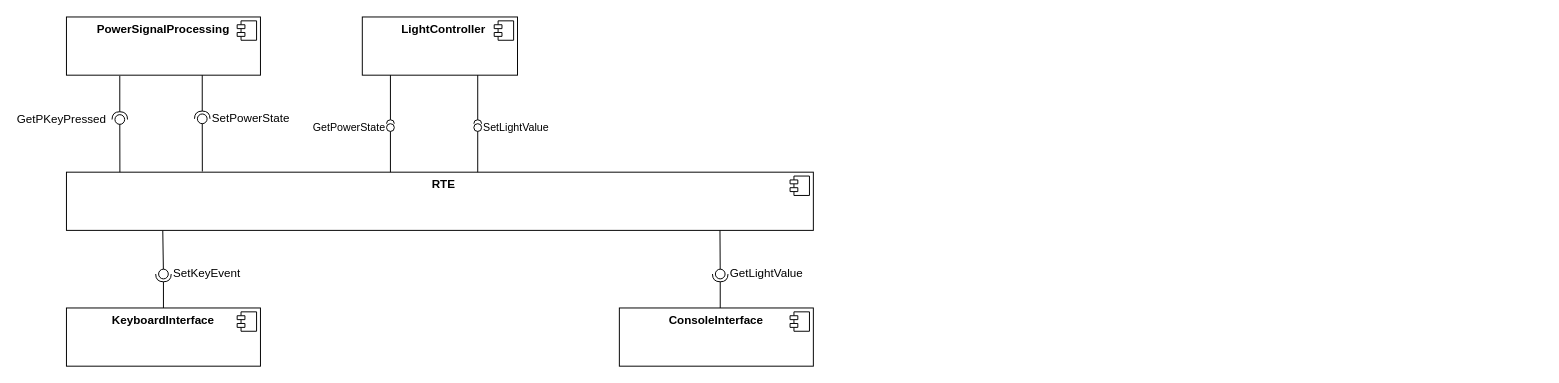
Before: page "SW Architecture" (2 of 2) of doc/common/sw_architecture/_figures/spled.drawio in avengineers/SPLed, a draw.io diagram. Source tidied: cells renumbered, new cells numbered last; positions are measured from the earlier drawing's top-left corner, leaving out a move shared by most shapes. Both pictures are drawn from the tidied source at 97%, with x=0, y=0 at pixel (66, 16).
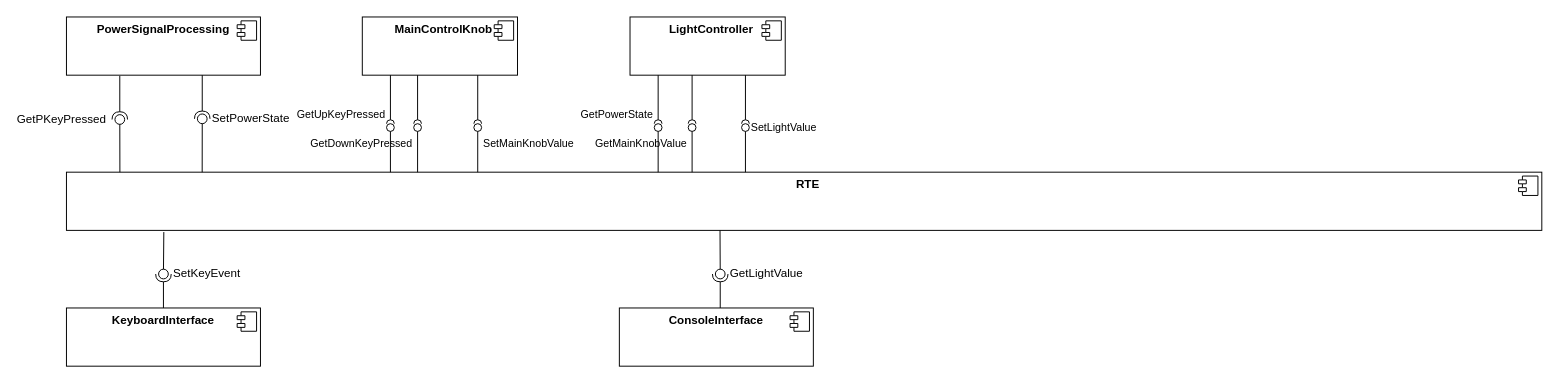
The same page after the edit.

Commit message (it also covers changes not shown here):
add main knob controller

Unchanged cells that the change refers to:
```xml
<mxCell id="20" value="&amp;nbsp;SetPowerState" style="ellipse;whiteSpace=wrap;html=1;align=left;fillColor=none;strokeColor=none;perimeter=centerPerimeter;points=[];outlineConnect=1;labelPosition=right;verticalLabelPosition=middle;verticalAlign=middle;" parent="1" vertex="1">
  <mxGeometry x="135" y="100" width="10" height="10" as="geometry" />
</mxCell>
<mxCell id="23" value="&amp;nbsp;SetKeyEvent" style="ellipse;whiteSpace=wrap;html=1;align=left;fillColor=none;strokeColor=none;perimeter=centerPerimeter;points=[];outlineConnect=1;labelPosition=right;verticalLabelPosition=middle;verticalAlign=middle;" parent="1" vertex="1">
  <mxGeometry x="95" y="260" width="10" height="10" as="geometry" />
</mxCell>
<mxCell id="26" value="&amp;nbsp;GetLightValue" style="ellipse;whiteSpace=wrap;html=1;align=left;fillColor=none;strokeColor=none;perimeter=centerPerimeter;points=[];outlineConnect=1;labelPosition=right;verticalLabelPosition=middle;verticalAlign=middle;" parent="1" vertex="1">
  <mxGeometry x="669" y="260" width="10" height="10" as="geometry" />
</mxCell>
```

The edit, as a diff of the source:
```diff
@@
     <mxCell id="4" value="&lt;p style=&quot;margin: 6px 0px 0px;&quot;&gt;&lt;/p&gt;&lt;p style=&quot;margin:0px;margin-left:8px;&quot;&gt;&lt;b&gt;LightController&lt;/b&gt;&lt;/p&gt;" style="align=center;overflow=fill;html=1;whiteSpace=wrap;" parent="1" vertex="1">
-      <mxGeometry x="305" width="160" height="60" as="geometry" />
+      <mxGeometry x="581" width="160" height="60" as="geometry" />
     </mxCell>
@@
     <mxCell id="6" value="&lt;p style=&quot;margin: 6px 0px 0px;&quot;&gt;&lt;/p&gt;&lt;p style=&quot;margin:0px;margin-left:8px;&quot;&gt;&lt;b&gt;RTE&lt;/b&gt;&lt;/p&gt;" style="align=center;overflow=fill;html=1;whiteSpace=wrap;" parent="1" vertex="1">
-      <mxGeometry y="160" width="770" height="60" as="geometry" />
+      <mxGeometry y="160" width="1521" height="60" as="geometry" />
     </mxCell>
@@
     <mxCell id="8" style="endArrow=none;html=1;rounded=0;align=center;verticalAlign=top;endFill=0;labelBackgroundColor=none;endSize=2;exitX=0.13;exitY=-0.002;exitDx=0;exitDy=0;exitPerimeter=0;" parent="1" edge="1" target="9">
       <mxGeometry relative="1" as="geometry">
-        <mxPoint x="334" y="160" as="sourcePoint" />
+        <mxPoint x="610" y="160" as="sourcePoint" />
       </mxGeometry>
     </mxCell>
-    <mxCell id="9" value="GetPowerState" style="ellipse;html=1;fontSize=11;align=right;fillColor=none;points=[];verticalAlign=middle;labelPosition=left;verticalLabelPosition=middle;flipH=1;" parent="1" vertex="1">
-      <mxGeometry x="330" y="110" width="8" height="8" as="geometry" />
+    <mxCell id="9" value="GetPowerState" style="ellipse;html=1;fontSize=11;align=right;fillColor=none;points=[];verticalAlign=bottom;labelPosition=left;verticalLabelPosition=top;flipH=1;" parent="1" vertex="1">
+      <mxGeometry x="606" y="110" width="8" height="8" as="geometry" />
     </mxCell>
     <mxCell id="10" style="html=1;verticalAlign=bottom;labelBackgroundColor=none;startArrow=halfCircle;startFill=0;startSize=2;endArrow=none;rounded=0;entryX=0.5;entryY=1;entryDx=0;entryDy=0;" parent="1" edge="1">
       <mxGeometry x="-1" y="3" relative="1" as="geometry">
-        <mxPoint x="334" y="110" as="sourcePoint" />
-        <mxPoint x="334" y="60" as="targetPoint" />
+        <mxPoint x="610" y="110" as="sourcePoint" />
+        <mxPoint x="610" y="60" as="targetPoint" />
       </mxGeometry>
     </mxCell>
     <mxCell id="11" style="endArrow=none;html=1;rounded=0;align=center;verticalAlign=top;endFill=0;labelBackgroundColor=none;endSize=2;exitX=0.13;exitY=-0.002;exitDx=0;exitDy=0;exitPerimeter=0;" parent="1" edge="1" target="12">
       <mxGeometry relative="1" as="geometry">
-        <mxPoint x="424" y="160" as="sourcePoint" />
+        <mxPoint x="700" y="160" as="sourcePoint" />
       </mxGeometry>
     </mxCell>
     <mxCell id="12" value="SetLightValue" style="ellipse;html=1;fontSize=11;align=left;fillColor=none;points=[];verticalAlign=middle;labelPosition=right;verticalLabelPosition=middle;flipH=1;" parent="1" vertex="1">
-      <mxGeometry x="420" y="110" width="8" height="8" as="geometry" />
+      <mxGeometry x="696" y="110" width="8" height="8" as="geometry" />
     </mxCell>
     <mxCell id="13" style="html=1;verticalAlign=bottom;labelBackgroundColor=none;startArrow=halfCircle;startFill=0;startSize=2;endArrow=none;rounded=0;entryX=0.5;entryY=1;entryDx=0;entryDy=0;" parent="1" edge="1">
       <mxGeometry x="-1" y="3" relative="1" as="geometry">
-        <mxPoint x="424" y="110" as="sourcePoint" />
-        <mxPoint x="424" y="60" as="targetPoint" />
+        <mxPoint x="700" y="110" as="sourcePoint" />
+        <mxPoint x="700" y="60" as="targetPoint" />
       </mxGeometry>
     </mxCell>
@@
-    <mxCell id="19" style="rounded=0;jettySize=auto;html=1;endArrow=oval;endFill=0;sketch=0;sourcePerimeterSpacing=0;targetPerimeterSpacing=0;endSize=10;exitX=0.065;exitY=-0.011;exitDx=0;exitDy=0;exitPerimeter=0;" parent="1" edge="1" target="20">
-      <mxGeometry relative="1" as="geometry">
-        <mxPoint x="140.1" y="159.3" as="sourcePoint" />
-      </mxGeometry>
+    <mxCell id="19" style="rounded=0;jettySize=auto;html=1;endArrow=oval;endFill=0;sketch=0;sourcePerimeterSpacing=0;targetPerimeterSpacing=0;endSize=10;exitX=0.092;exitY=0;exitDx=0;exitDy=0;exitPerimeter=0;" parent="1" edge="1" source="6" target="20">
+      <mxGeometry relative="1" as="geometry" />
     </mxCell>
@@
-    <mxCell id="22" style="rounded=0;jettySize=auto;html=1;endArrow=oval;endFill=0;sketch=0;sourcePerimeterSpacing=0;targetPerimeterSpacing=0;endSize=10;exitX=0.129;exitY=1.006;exitDx=0;exitDy=0;exitPerimeter=0;" parent="1" edge="1" source="6" target="23">
+    <mxCell id="22" style="rounded=0;jettySize=auto;html=1;endArrow=oval;endFill=0;sketch=0;sourcePerimeterSpacing=0;targetPerimeterSpacing=0;endSize=10;exitX=0.066;exitY=1.029;exitDx=0;exitDy=0;exitPerimeter=0;" parent="1" edge="1" source="6" target="23">
       <mxGeometry relative="1" as="geometry" />
     </mxCell>
@@
-    <mxCell id="25" style="rounded=0;jettySize=auto;html=1;endArrow=oval;endFill=0;sketch=0;sourcePerimeterSpacing=0;targetPerimeterSpacing=0;endSize=10;exitX=0.875;exitY=1.002;exitDx=0;exitDy=0;exitPerimeter=0;" parent="1" edge="1" source="6" target="26">
+    <mxCell id="25" style="rounded=0;jettySize=auto;html=1;endArrow=oval;endFill=0;sketch=0;sourcePerimeterSpacing=0;targetPerimeterSpacing=0;endSize=10;exitX=0.443;exitY=1;exitDx=0;exitDy=0;exitPerimeter=0;" parent="1" edge="1" source="6" target="26">
       <mxGeometry relative="1" as="geometry" />
     </mxCell>
@@
+    <mxCell id="30" value="&lt;p style=&quot;margin: 6px 0px 0px;&quot;&gt;&lt;/p&gt;&lt;p style=&quot;margin:0px;margin-left:8px;&quot;&gt;&lt;b&gt;MainControlKnob&lt;/b&gt;&lt;/p&gt;" style="align=center;overflow=fill;html=1;whiteSpace=wrap;" parent="1" vertex="1">
+      <mxGeometry x="305" width="160" height="60" as="geometry" />
+    </mxCell>
+    <mxCell id="31" style="shape=component;jettyWidth=8;jettyHeight=4;" parent="30" vertex="1">
+      <mxGeometry x="1" width="20" height="20" relative="1" as="geometry">
+        <mxPoint x="-24" y="4" as="offset" />
+      </mxGeometry>
+    </mxCell>
+    <mxCell id="32" style="endArrow=none;html=1;rounded=0;align=center;verticalAlign=top;endFill=0;labelBackgroundColor=none;endSize=2;exitX=0.13;exitY=-0.002;exitDx=0;exitDy=0;exitPerimeter=0;" parent="1" edge="1" target="33">
+      <mxGeometry relative="1" as="geometry">
+        <mxPoint x="334" y="160" as="sourcePoint" />
+      </mxGeometry>
+    </mxCell>
+    <mxCell id="33" value="GetUpKeyPressed" style="ellipse;html=1;fontSize=11;align=right;fillColor=none;points=[];verticalAlign=bottom;labelPosition=left;verticalLabelPosition=top;flipH=1;" parent="1" vertex="1">
+      <mxGeometry x="330" y="110" width="8" height="8" as="geometry" />
+    </mxCell>
+    <mxCell id="34" style="html=1;verticalAlign=bottom;labelBackgroundColor=none;startArrow=halfCircle;startFill=0;startSize=2;endArrow=none;rounded=0;entryX=0.5;entryY=1;entryDx=0;entryDy=0;" parent="1" edge="1">
+      <mxGeometry x="-1" y="3" relative="1" as="geometry">
+        <mxPoint x="334" y="110" as="sourcePoint" />
+        <mxPoint x="334" y="60" as="targetPoint" />
+      </mxGeometry>
+    </mxCell>
+    <mxCell id="35" style="endArrow=none;html=1;rounded=0;align=center;verticalAlign=top;endFill=0;labelBackgroundColor=none;endSize=2;exitX=0.13;exitY=-0.002;exitDx=0;exitDy=0;exitPerimeter=0;" parent="1" edge="1" target="36">
+      <mxGeometry relative="1" as="geometry">
+        <mxPoint x="424" y="160" as="sourcePoint" />
+      </mxGeometry>
+    </mxCell>
+    <mxCell id="36" value="SetMainKnobValue" style="ellipse;html=1;fontSize=11;align=left;fillColor=none;points=[];verticalAlign=top;labelPosition=right;verticalLabelPosition=bottom;flipH=1;" parent="1" vertex="1">
+      <mxGeometry x="420" y="110" width="8" height="8" as="geometry" />
+    </mxCell>
+    <mxCell id="37" style="html=1;verticalAlign=bottom;labelBackgroundColor=none;startArrow=halfCircle;startFill=0;startSize=2;endArrow=none;rounded=0;entryX=0.5;entryY=1;entryDx=0;entryDy=0;" parent="1" edge="1">
+      <mxGeometry x="-1" y="3" relative="1" as="geometry">
+        <mxPoint x="424" y="110" as="sourcePoint" />
+        <mxPoint x="424" y="60" as="targetPoint" />
+      </mxGeometry>
+    </mxCell>
+    <mxCell id="38" style="endArrow=none;html=1;rounded=0;align=right;verticalAlign=top;endFill=0;labelBackgroundColor=none;endSize=2;exitX=0.13;exitY=-0.002;exitDx=0;exitDy=0;exitPerimeter=0;labelPosition=left;verticalLabelPosition=bottom;" parent="1" edge="1" target="39">
+      <mxGeometry relative="1" as="geometry">
+        <mxPoint x="362" y="160" as="sourcePoint" />
+      </mxGeometry>
+    </mxCell>
+    <mxCell id="39" value="GetDownKeyPressed" style="ellipse;html=1;fontSize=11;align=right;fillColor=none;points=[];verticalAlign=top;labelPosition=left;verticalLabelPosition=bottom;flipH=1;" parent="1" vertex="1">
+      <mxGeometry x="358" y="110" width="8" height="8" as="geometry" />
+    </mxCell>
+    <mxCell id="40" style="html=1;verticalAlign=bottom;labelBackgroundColor=none;startArrow=halfCircle;startFill=0;startSize=2;endArrow=none;rounded=0;entryX=0.5;entryY=1;entryDx=0;entryDy=0;" parent="1" edge="1">
+      <mxGeometry x="-1" y="3" relative="1" as="geometry">
+        <mxPoint x="362" y="110" as="sourcePoint" />
+        <mxPoint x="362" y="60" as="targetPoint" />
+      </mxGeometry>
+    </mxCell>
+    <mxCell id="41" style="endArrow=none;html=1;rounded=0;align=center;verticalAlign=top;endFill=0;labelBackgroundColor=none;endSize=2;exitX=0.13;exitY=-0.002;exitDx=0;exitDy=0;exitPerimeter=0;" parent="1" edge="1" target="42">
+      <mxGeometry relative="1" as="geometry">
+        <mxPoint x="645" y="160" as="sourcePoint" />
+      </mxGeometry>
+    </mxCell>
+    <mxCell id="42" value="GetMainKnobValue" style="ellipse;html=1;fontSize=11;align=right;fillColor=none;points=[];verticalAlign=top;labelPosition=left;verticalLabelPosition=bottom;flipH=1;" parent="1" vertex="1">
+      <mxGeometry x="641" y="110" width="8" height="8" as="geometry" />
+    </mxCell>
+    <mxCell id="43" style="html=1;verticalAlign=bottom;labelBackgroundColor=none;startArrow=halfCircle;startFill=0;startSize=2;endArrow=none;rounded=0;entryX=0.5;entryY=1;entryDx=0;entryDy=0;" parent="1" edge="1">
+      <mxGeometry x="-1" y="3" relative="1" as="geometry">
+        <mxPoint x="645" y="110" as="sourcePoint" />
+        <mxPoint x="645" y="60" as="targetPoint" />
+      </mxGeometry>
+    </mxCell>
```
